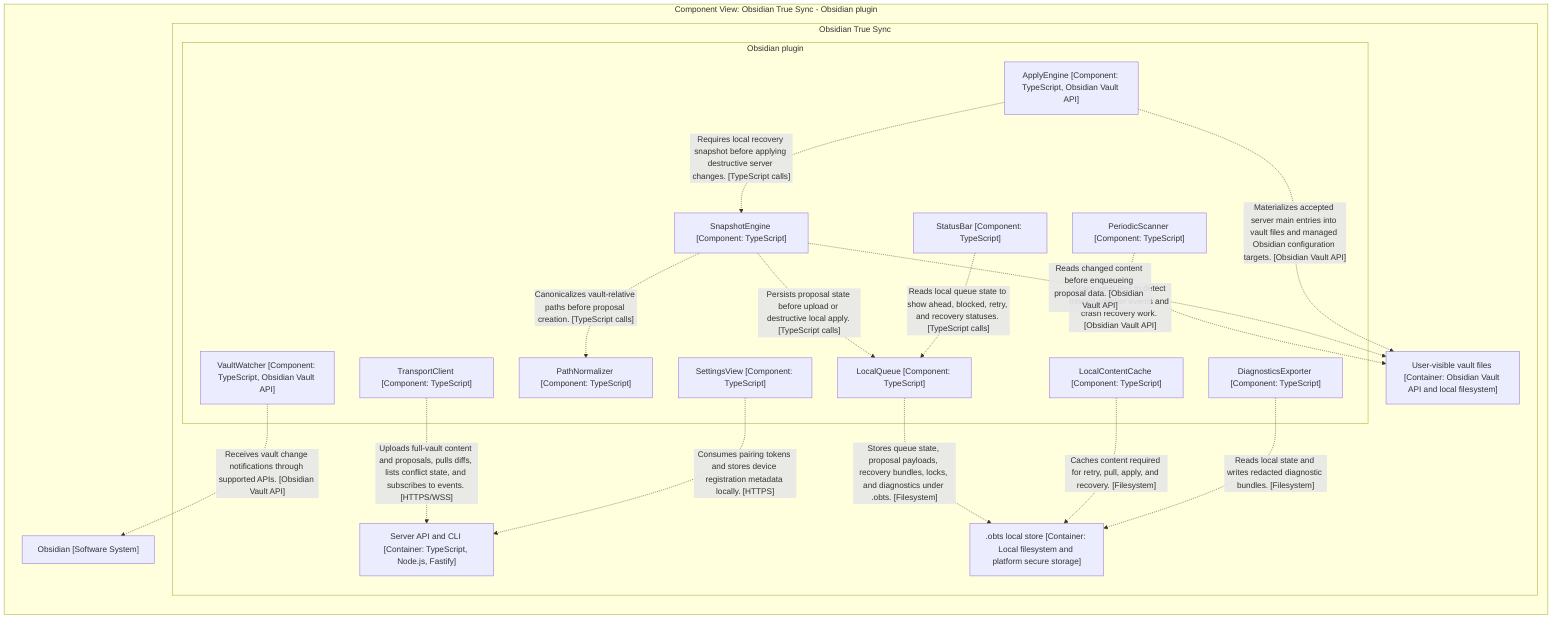
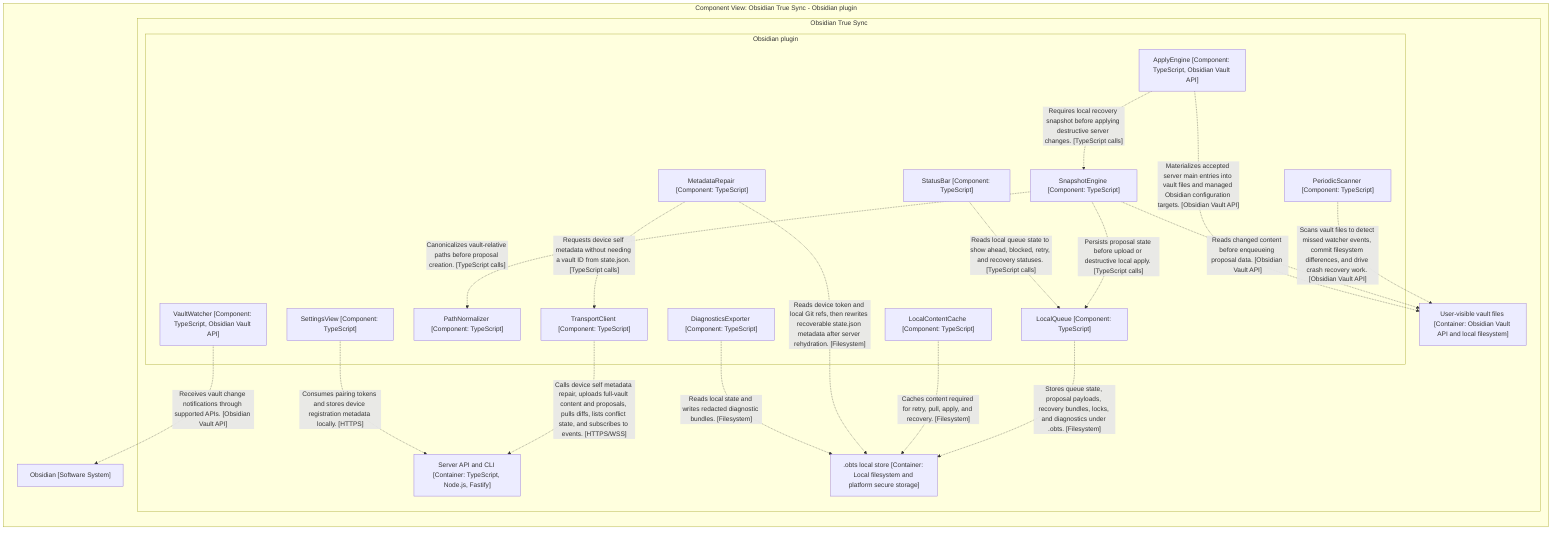
graph LR

  subgraph diagram ["Component View: Obsidian True Sync - Obsidian plugin"]

    4["Obsidian [Software System]"]

    subgraph 6 ["Obsidian True Sync"]

      subgraph 29 ["Obsidian plugin"]

        30["SettingsView [Component: TypeScript]"]
        31["StatusBar [Component: TypeScript]"]
        32["VaultWatcher [Component: TypeScript, Obsidian Vault API]"]
        33["PeriodicScanner [Component: TypeScript]"]
        34["PathNormalizer [Component: TypeScript]"]
        35["SnapshotEngine [Component: TypeScript]"]
        36["LocalQueue [Component: TypeScript]"]
        37["LocalContentCache [Component: TypeScript]"]
-         38["TransportClient [Component: TypeScript]"]
-         39["ApplyEngine [Component: TypeScript, Obsidian Vault API]"]
-         40["DiagnosticsExporter [Component: TypeScript]"]
+         38["MetadataRepair [Component: TypeScript]"]
+         39["TransportClient [Component: TypeScript]"]
+         40["ApplyEngine [Component: TypeScript, Obsidian Vault API]"]
+         41["DiagnosticsExporter [Component: TypeScript]"]
      end

-       41["User-visible vault files [Container: Obsidian Vault API and local filesystem]"]
-       42[".obts local store [Container: Local filesystem and platform secure storage]"]
+       42["User-visible vault files [Container: Obsidian Vault API and local filesystem]"]
+       43[".obts local store [Container: Local filesystem and platform secure storage]"]
      7["Server API and CLI [Container: TypeScript, Node.js, Fastify]"]
    end

-     33-. "Scans vault files to detect missed watcher events and crash recovery work. [Obsidian Vault API]" .->41
+     32-. "Receives vault change notifications through supported APIs. [Obsidian Vault API]" .->4
+     33-. "Scans vault files to detect missed watcher events, commit filesystem differences, and drive crash recovery work. [Obsidian Vault API]" .->42
    35-. "Canonicalizes vault-relative paths before proposal creation. [TypeScript calls]" .->34
-     35-. "Reads changed content before enqueueing proposal data. [Obsidian Vault API]" .->41
+     35-. "Reads changed content before enqueueing proposal data. [Obsidian Vault API]" .->42
    35-. "Persists proposal state before upload or destructive local apply. [TypeScript calls]" .->36
-     36-. "Stores queue state, proposal payloads, recovery bundles, locks, and diagnostics under .obts. [Filesystem]" .->42
-     37-. "Caches content required for retry, pull, apply, and recovery. [Filesystem]" .->42
-     38-. "Uploads full-vault content and proposals, pulls diffs, lists conflict state, and subscribes to events. [HTTPS/WSS]" .->7
-     39-. "Requires local recovery snapshot before applying destructive server changes. [TypeScript calls]" .->35
-     39-. "Materializes accepted server main entries into vault files and managed Obsidian configuration targets. [Obsidian Vault API]" .->41
+     36-. "Stores queue state, proposal payloads, recovery bundles, locks, and diagnostics under .obts. [Filesystem]" .->43
+     37-. "Caches content required for retry, pull, apply, and recovery. [Filesystem]" .->43
+     38-. "Reads device token and local Git refs, then rewrites recoverable state.json metadata after server rehydration. [Filesystem]" .->43
+     38-. "Requests device self metadata without needing a vault ID from state.json. [TypeScript calls]" .->39
+     39-. "Calls device self metadata repair, uploads full-vault content and proposals, pulls diffs, lists conflict state, and subscribes to events. [HTTPS/WSS]" .->7
+     40-. "Requires local recovery snapshot before applying destructive server changes. [TypeScript calls]" .->35
+     40-. "Materializes accepted server main entries into vault files and managed Obsidian configuration targets. [Obsidian Vault API]" .->42
    31-. "Reads local queue state to show ahead, blocked, retry, and recovery statuses. [TypeScript calls]" .->36
-     40-. "Reads local state and writes redacted diagnostic bundles. [Filesystem]" .->42
+     41-. "Reads local state and writes redacted diagnostic bundles. [Filesystem]" .->43
    30-. "Consumes pairing tokens and stores device registration metadata locally. [HTTPS]" .->7
-     32-. "Receives vault change notifications through supported APIs. [Obsidian Vault API]" .->4

  end
